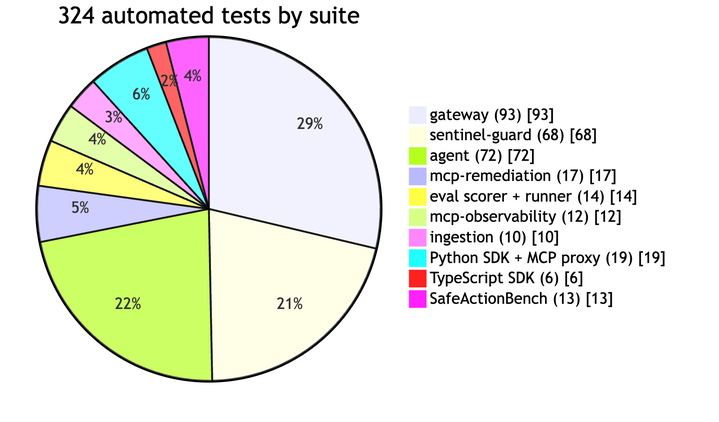
The Mermaid diagram docs/handbook/images/14-chart-tests-by-suite.png in abdulmdev/sentinel-incident-copilot, before a commit. Its source is kept beside it as docs/handbook/diagrams/14-chart-tests-by-suite.mmd.
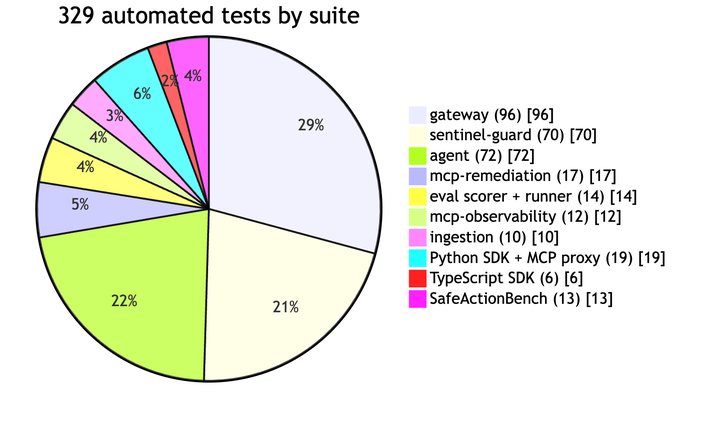
After the change.

Diff of the diagram source:
```diff
@@ -1,7 +1,7 @@
 pie showData
-  title 324 automated tests by suite
-  "gateway (93)" : 93
-  "sentinel-guard (68)" : 68
+  title 329 automated tests by suite
+  "gateway (96)" : 96
+  "sentinel-guard (70)" : 70
   "agent (72)" : 72
   "mcp-remediation (17)" : 17
   "eval scorer + runner (14)" : 14
```
